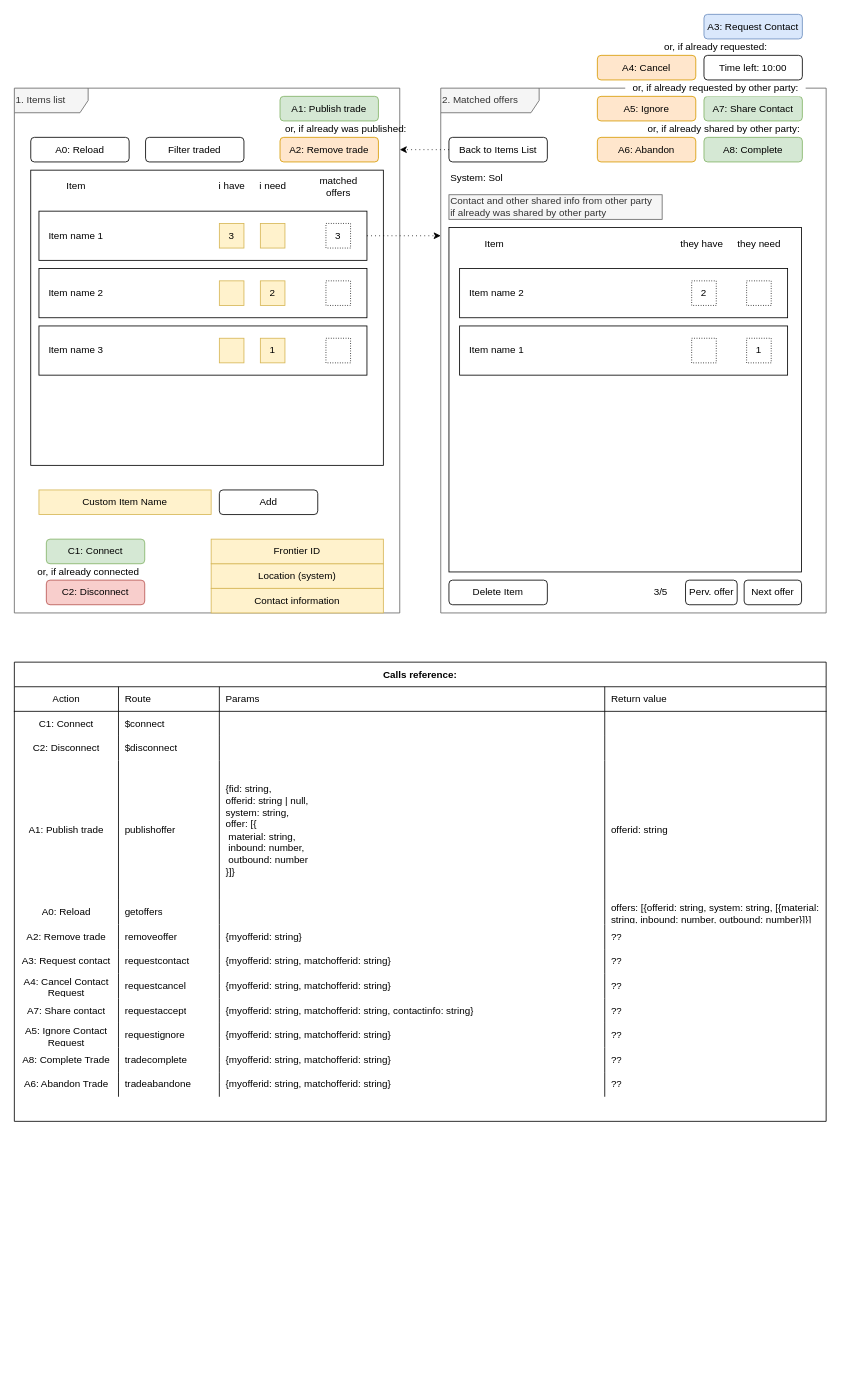
Earlier version of the draw.io diagram page "Reference UI" (1 of 5) of specs/Overview.drawio (cptn-solo/edmarketplace). Source tidied: cells renumbered, new cells numbered last; positions are measured from the earlier drawing's top-left corner, leaving out a move shared by most shapes. Both pictures are drawn from the tidied source at 82%, with x=0, y=0 at pixel (14, 14).
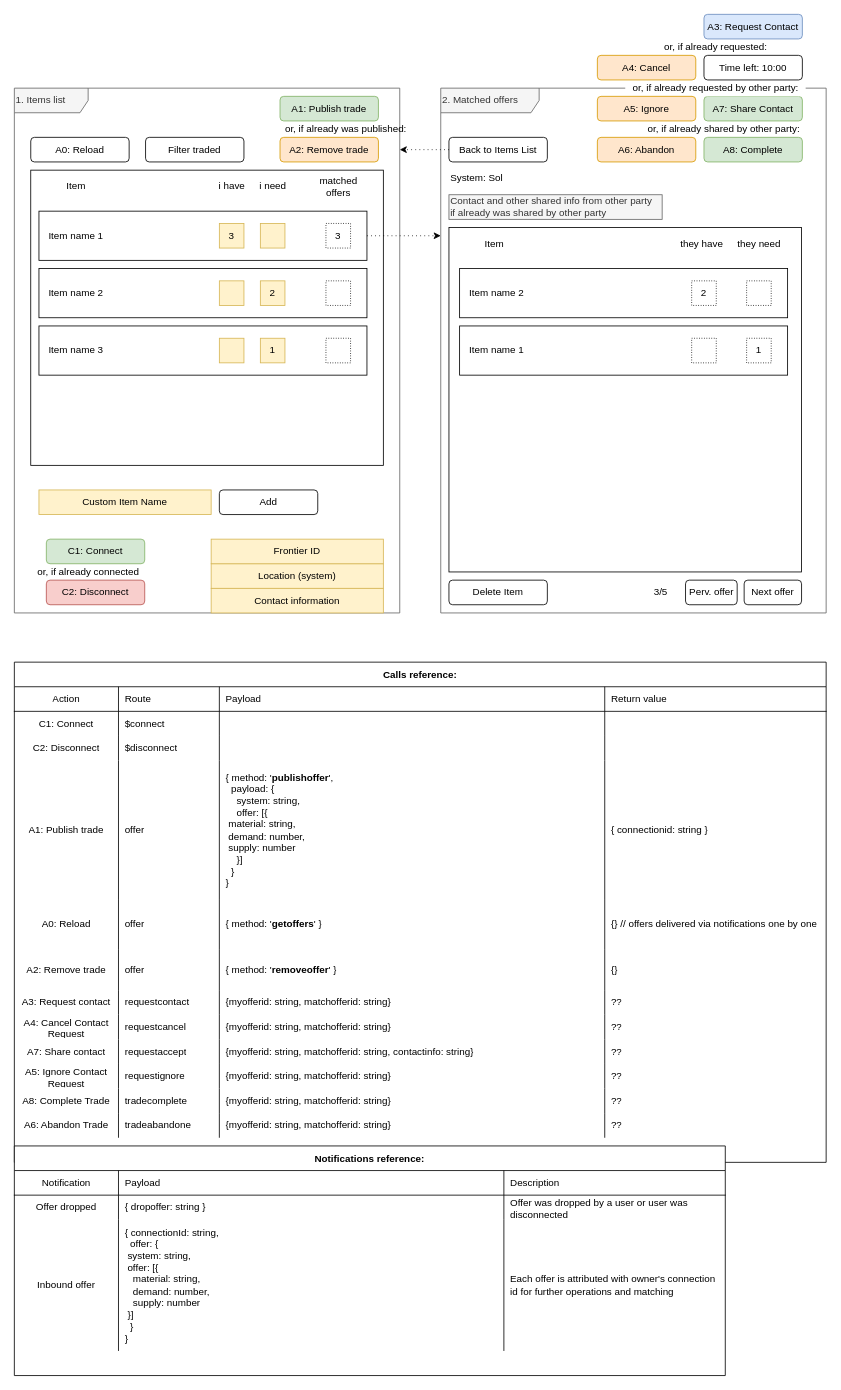
The same diagram, later.

Commit message:
#2 Reference UI specification update

The change refers to these unchanged cells:
```xml
<mxCell id="65" style="shape=partialRectangle;html=1;whiteSpace=wrap;fillColor=none;top=0;left=0;bottom=1;right=0;" parent="64" vertex="1">
  <mxGeometry y="30" width="990" height="30" as="geometry" />
</mxCell>
<mxCell id="80" style="shape=partialRectangle;html=1;whiteSpace=wrap;fillColor=none;top=0;left=0;bottom=0;right=0;" parent="64" vertex="1">
  <mxGeometry y="120" width="990" height="170" as="geometry" />
</mxCell>
```

What changed in the source:
```diff
@@
     <mxCell id="64" value="Calls reference:" style="shape=table;startSize=30;childLayout=tableLayout;rowLines=0;fontStyle=1;align=center;fillColor=#ffffff;" parent="1" vertex="1">
-      <mxGeometry y="790" width="990" height="560" as="geometry" />
+      <mxGeometry y="790" width="990" height="610" as="geometry" />
     </mxCell>
@@
-    <mxCell id="68" value="Params" style="shape=partialRectangle;html=1;whiteSpace=wrap;fillColor=none;top=0;left=0;bottom=0;right=0;align=left;spacingLeft=6;overflow=hidden;" parent="65" vertex="1">
+    <mxCell id="68" value="Payload" style="shape=partialRectangle;html=1;whiteSpace=wrap;fillColor=none;top=0;left=0;bottom=0;right=0;align=left;spacingLeft=6;overflow=hidden;" parent="65" vertex="1">
       <mxGeometry x="250" width="470" height="30" as="geometry" />
     </mxCell>
@@
-    <mxCell id="82" value="publishoffer" style="shape=partialRectangle;html=1;whiteSpace=wrap;fillColor=none;top=0;left=0;bottom=0;right=0;align=left;spacingLeft=6;overflow=hidden;" parent="80" vertex="1">
+    <mxCell id="82" value="offer" style="shape=partialRectangle;html=1;whiteSpace=wrap;fillColor=none;top=0;left=0;bottom=0;right=0;align=left;spacingLeft=6;overflow=hidden;" parent="80" vertex="1">
       <mxGeometry x="127" width="123" height="170" as="geometry" />
     </mxCell>
-    <mxCell id="83" value="&lt;span&gt;{fid: string,&lt;br&gt;offerid: string | null,&lt;br&gt;system: string,&lt;br&gt;offer: [{&lt;br&gt;&lt;span style=&quot;white-space: pre&quot;&gt; &lt;/span&gt;material: string,&lt;br&gt;&lt;span style=&quot;white-space: pre&quot;&gt; &lt;/span&gt;inbound: number,&lt;br&gt;&lt;span style=&quot;white-space: pre&quot;&gt; &lt;/span&gt;outbound: number&lt;br&gt;}]}&lt;/span&gt;" style="shape=partialRectangle;html=1;whiteSpace=wrap;fillColor=none;top=0;left=0;bottom=0;right=0;align=left;spacingLeft=6;overflow=hidden;" parent="80" vertex="1">
+    <mxCell id="83" value="&lt;span&gt;{&amp;nbsp;&lt;/span&gt;&lt;span&gt;method: '&lt;/span&gt;&lt;b&gt;publishoffer&lt;/b&gt;&lt;span&gt;',&lt;br&gt;&lt;/span&gt;&lt;span&gt;&amp;nbsp; payload: {&lt;/span&gt;&lt;span&gt;&lt;br&gt;&lt;/span&gt;&lt;blockquote style=&quot;margin: 0 0 0 40px ; border: none ; padding: 0px&quot;&gt;&lt;/blockquote&gt;&lt;span&gt;&amp;nbsp; &amp;nbsp; system: string,&lt;/span&gt;&lt;br&gt;&lt;blockquote style=&quot;margin: 0 0 0 40px ; border: none ; padding: 0px&quot;&gt;&lt;/blockquote&gt;&lt;span&gt;&amp;nbsp; &amp;nbsp; offer: [{&lt;/span&gt;&lt;br&gt;&lt;blockquote style=&quot;margin: 0 0 0 40px ; border: none ; padding: 0px&quot;&gt;&lt;/blockquote&gt;&lt;span style=&quot;white-space: pre&quot;&gt; &lt;/span&gt;&lt;span&gt;material: string,&lt;/span&gt;&lt;br&gt;&lt;blockquote style=&quot;margin: 0 0 0 40px ; border: none ; padding: 0px&quot;&gt;&lt;/blockquote&gt;&lt;span style=&quot;white-space: pre&quot;&gt; &lt;/span&gt;&lt;span&gt;demand: number,&lt;/span&gt;&lt;br&gt;&lt;blockquote style=&quot;margin: 0 0 0 40px ; border: none ; padding: 0px&quot;&gt;&lt;/blockquote&gt;&lt;span style=&quot;white-space: pre&quot;&gt; &lt;/span&gt;&lt;span&gt;supply: number&lt;/span&gt;&lt;br&gt;&amp;nbsp; &amp;nbsp; }]&lt;br&gt;&lt;span&gt;&amp;nbsp; }&lt;br&gt;&lt;/span&gt;&lt;span&gt;}&lt;/span&gt;" style="shape=partialRectangle;html=1;whiteSpace=wrap;fillColor=none;top=0;left=0;bottom=0;right=0;align=left;spacingLeft=6;overflow=hidden;" parent="80" vertex="1">
       <mxGeometry x="250" width="470" height="170" as="geometry" />
     </mxCell>
-    <mxCell id="84" value="&lt;span&gt;offerid: string&lt;/span&gt;" style="shape=partialRectangle;html=1;whiteSpace=wrap;fillColor=none;top=0;left=0;bottom=0;right=0;align=left;spacingLeft=6;overflow=hidden;" parent="80" vertex="1">
+    <mxCell id="84" value="&lt;span&gt;{ connectionid: string }&lt;/span&gt;" style="shape=partialRectangle;html=1;whiteSpace=wrap;fillColor=none;top=0;left=0;bottom=0;right=0;align=left;spacingLeft=6;overflow=hidden;" parent="80" vertex="1">
       <mxGeometry x="720" width="270" height="170" as="geometry" />
     </mxCell>
     <mxCell id="85" style="shape=partialRectangle;html=1;whiteSpace=wrap;fillColor=none;top=0;left=0;bottom=0;right=0;" parent="64" vertex="1">
-      <mxGeometry y="290" width="990" height="30" as="geometry" />
+      <mxGeometry y="290" width="990" height="60" as="geometry" />
     </mxCell>
     <mxCell id="86" value="A0: Reload" style="shape=partialRectangle;html=1;whiteSpace=wrap;fillColor=none;top=0;left=0;bottom=0;right=0;overflow=hidden;" parent="85" vertex="1">
-      <mxGeometry width="127" height="30" as="geometry" />
+      <mxGeometry width="127" height="60" as="geometry" />
     </mxCell>
-    <mxCell id="87" value="getoffers" style="shape=partialRectangle;html=1;whiteSpace=wrap;fillColor=none;top=0;left=0;bottom=0;right=0;align=left;spacingLeft=6;overflow=hidden;" parent="85" vertex="1">
-      <mxGeometry x="127" width="123" height="30" as="geometry" />
+    <mxCell id="87" value="offer" style="shape=partialRectangle;html=1;whiteSpace=wrap;fillColor=none;top=0;left=0;bottom=0;right=0;align=left;spacingLeft=6;overflow=hidden;" parent="85" vertex="1">
+      <mxGeometry x="127" width="123" height="60" as="geometry" />
     </mxCell>
-    <mxCell id="88" style="shape=partialRectangle;html=1;whiteSpace=wrap;fillColor=none;top=0;left=0;bottom=0;right=0;align=left;spacingLeft=6;overflow=hidden;" parent="85" vertex="1">
-      <mxGeometry x="250" width="470" height="30" as="geometry" />
+    <mxCell id="88" value="&lt;span&gt;{&amp;nbsp;&lt;/span&gt;&lt;span&gt;method: '&lt;/span&gt;&lt;b&gt;getoffers&lt;/b&gt;&lt;span&gt;'&amp;nbsp;&lt;/span&gt;&lt;span&gt;}&lt;/span&gt;" style="shape=partialRectangle;html=1;whiteSpace=wrap;fillColor=none;top=0;left=0;bottom=0;right=0;align=left;spacingLeft=6;overflow=hidden;" parent="85" vertex="1">
+      <mxGeometry x="250" width="470" height="60" as="geometry" />
     </mxCell>
-    <mxCell id="89" value="&lt;span&gt;offers: [{offerid: string, system: string, [{material: string, inbound: number, outbound: number}]}]&lt;/span&gt;" style="shape=partialRectangle;html=1;whiteSpace=wrap;fillColor=none;top=0;left=0;bottom=0;right=0;align=left;spacingLeft=6;overflow=hidden;" parent="85" vertex="1">
-      <mxGeometry x="720" width="270" height="30" as="geometry" />
+    <mxCell id="89" value="&lt;span&gt;{} // offers delivered via notifications one by one&lt;br&gt;&lt;/span&gt;" style="shape=partialRectangle;html=1;whiteSpace=wrap;fillColor=none;top=0;left=0;bottom=0;right=0;align=left;spacingLeft=6;overflow=hidden;" parent="85" vertex="1">
+      <mxGeometry x="720" width="270" height="60" as="geometry" />
     </mxCell>
     <mxCell id="90" style="shape=partialRectangle;html=1;whiteSpace=wrap;fillColor=none;top=0;left=0;bottom=0;right=0;" parent="64" vertex="1">
-      <mxGeometry y="320" width="990" height="30" as="geometry" />
+      <mxGeometry y="350" width="990" height="50" as="geometry" />
     </mxCell>
     <mxCell id="91" value="A2: Remove trade" style="shape=partialRectangle;html=1;whiteSpace=wrap;fillColor=none;top=0;left=0;bottom=0;right=0;overflow=hidden;" parent="90" vertex="1">
-      <mxGeometry width="127" height="30" as="geometry" />
+      <mxGeometry width="127" height="50" as="geometry" />
     </mxCell>
-    <mxCell id="92" value="removeoffer" style="shape=partialRectangle;html=1;whiteSpace=wrap;fillColor=none;top=0;left=0;bottom=0;right=0;align=left;spacingLeft=6;overflow=hidden;" parent="90" vertex="1">
-      <mxGeometry x="127" width="123" height="30" as="geometry" />
+    <mxCell id="92" value="offer" style="shape=partialRectangle;html=1;whiteSpace=wrap;fillColor=none;top=0;left=0;bottom=0;right=0;align=left;spacingLeft=6;overflow=hidden;" parent="90" vertex="1">
+      <mxGeometry x="127" width="123" height="50" as="geometry" />
     </mxCell>
-    <mxCell id="93" value="{myofferid: string}" style="shape=partialRectangle;html=1;whiteSpace=wrap;fillColor=none;top=0;left=0;bottom=0;right=0;align=left;spacingLeft=6;overflow=hidden;" parent="90" vertex="1">
-      <mxGeometry x="250" width="470" height="30" as="geometry" />
+    <mxCell id="93" value="{&amp;nbsp;&lt;span&gt;method: '&lt;/span&gt;&lt;b&gt;removeoffer&lt;/b&gt;&lt;span&gt;'&amp;nbsp;&lt;/span&gt;}" style="shape=partialRectangle;html=1;whiteSpace=wrap;fillColor=none;top=0;left=0;bottom=0;right=0;align=left;spacingLeft=6;overflow=hidden;" parent="90" vertex="1">
+      <mxGeometry x="250" width="470" height="50" as="geometry" />
     </mxCell>
-    <mxCell id="94" value="??" style="shape=partialRectangle;html=1;whiteSpace=wrap;fillColor=none;top=0;left=0;bottom=0;right=0;align=left;spacingLeft=6;overflow=hidden;" parent="90" vertex="1">
-      <mxGeometry x="720" width="270" height="30" as="geometry" />
+    <mxCell id="94" value="{}" style="shape=partialRectangle;html=1;whiteSpace=wrap;fillColor=none;top=0;left=0;bottom=0;right=0;align=left;spacingLeft=6;overflow=hidden;" parent="90" vertex="1">
+      <mxGeometry x="720" width="270" height="50" as="geometry" />
     </mxCell>
     <mxCell id="95" style="shape=partialRectangle;html=1;whiteSpace=wrap;fillColor=none;top=0;left=0;bottom=0;right=0;" parent="64" vertex="1">
-      <mxGeometry y="350" width="990" height="30" as="geometry" />
+      <mxGeometry y="400" width="990" height="30" as="geometry" />
     </mxCell>
@@
     <mxCell id="100" style="shape=partialRectangle;html=1;whiteSpace=wrap;fillColor=none;top=0;left=0;bottom=0;right=0;" parent="64" vertex="1">
-      <mxGeometry y="380" width="990" height="30" as="geometry" />
+      <mxGeometry y="430" width="990" height="30" as="geometry" />
     </mxCell>
@@
     <mxCell id="105" style="shape=partialRectangle;html=1;whiteSpace=wrap;fillColor=none;top=0;left=0;bottom=0;right=0;" parent="64" vertex="1">
-      <mxGeometry y="410" width="990" height="30" as="geometry" />
+      <mxGeometry y="460" width="990" height="30" as="geometry" />
     </mxCell>
@@
     <mxCell id="110" style="shape=partialRectangle;html=1;whiteSpace=wrap;fillColor=none;top=0;left=0;bottom=0;right=0;" parent="64" vertex="1">
-      <mxGeometry y="440" width="990" height="30" as="geometry" />
+      <mxGeometry y="490" width="990" height="30" as="geometry" />
     </mxCell>
@@
     <mxCell id="115" style="shape=partialRectangle;html=1;whiteSpace=wrap;fillColor=none;top=0;left=0;bottom=0;right=0;" parent="64" vertex="1">
-      <mxGeometry y="470" width="990" height="30" as="geometry" />
+      <mxGeometry y="520" width="990" height="30" as="geometry" />
     </mxCell>
@@
     <mxCell id="120" style="shape=partialRectangle;html=1;whiteSpace=wrap;fillColor=none;top=0;left=0;bottom=0;right=0;" parent="64" vertex="1">
-      <mxGeometry y="500" width="990" height="30" as="geometry" />
+      <mxGeometry y="550" width="990" height="30" as="geometry" />
     </mxCell>
@@
+    <mxCell id="129" value="Notifications reference:" style="shape=table;startSize=30;childLayout=tableLayout;rowLines=0;fontStyle=1;align=center;fillColor=#ffffff;" parent="1" vertex="1">
+      <mxGeometry y="1380" width="867" height="280" as="geometry" />
+    </mxCell>
+    <mxCell id="130" style="shape=partialRectangle;html=1;whiteSpace=wrap;fillColor=none;top=0;left=0;bottom=1;right=0;" parent="129" vertex="1">
+      <mxGeometry y="30" width="867" height="30" as="geometry" />
+    </mxCell>
+    <mxCell id="131" value="Notification" style="shape=partialRectangle;html=1;whiteSpace=wrap;fillColor=none;top=0;left=0;bottom=0;right=0;overflow=hidden;" parent="130" vertex="1">
+      <mxGeometry width="127" height="30" as="geometry" />
+    </mxCell>
+    <mxCell id="132" value="Payload" style="shape=partialRectangle;html=1;whiteSpace=wrap;fillColor=none;top=0;left=0;bottom=0;right=0;align=left;spacingLeft=6;overflow=hidden;" parent="130" vertex="1">
+      <mxGeometry x="127" width="470" height="30" as="geometry" />
+    </mxCell>
+    <mxCell id="133" value="Description" style="shape=partialRectangle;html=1;whiteSpace=wrap;fillColor=none;top=0;left=0;bottom=0;right=0;align=left;spacingLeft=6;overflow=hidden;" parent="130" vertex="1">
+      <mxGeometry x="597" width="270" height="30" as="geometry" />
+    </mxCell>
+    <mxCell id="134" style="shape=partialRectangle;html=1;whiteSpace=wrap;fillColor=none;top=0;left=0;bottom=0;right=0;" parent="129" vertex="1">
+      <mxGeometry y="60" width="867" height="30" as="geometry" />
+    </mxCell>
+    <mxCell id="135" value="Offer dropped" style="shape=partialRectangle;html=1;whiteSpace=wrap;fillColor=none;top=0;left=0;bottom=0;right=0;overflow=hidden;" parent="134" vertex="1">
+      <mxGeometry width="127" height="30" as="geometry" />
+    </mxCell>
+    <mxCell id="136" value="{ dropoffer: string }" style="shape=partialRectangle;html=1;whiteSpace=wrap;fillColor=none;top=0;left=0;bottom=0;right=0;align=left;spacingLeft=6;overflow=hidden;" parent="134" vertex="1">
+      <mxGeometry x="127" width="470" height="30" as="geometry" />
+    </mxCell>
+    <mxCell id="137" value="Offer was dropped by a user or user was disconnected" style="shape=partialRectangle;html=1;whiteSpace=wrap;fillColor=none;top=0;left=0;bottom=0;right=0;align=left;spacingLeft=6;overflow=hidden;" parent="134" vertex="1">
+      <mxGeometry x="597" width="270" height="30" as="geometry" />
+    </mxCell>
+    <mxCell id="138" style="shape=partialRectangle;html=1;whiteSpace=wrap;fillColor=none;top=0;left=0;bottom=0;right=0;" parent="129" vertex="1">
+      <mxGeometry y="90" width="867" height="160" as="geometry" />
+    </mxCell>
+    <mxCell id="139" value="Inbound offer" style="shape=partialRectangle;html=1;whiteSpace=wrap;fillColor=none;top=0;left=0;bottom=0;right=0;overflow=hidden;" parent="138" vertex="1">
+      <mxGeometry width="127" height="160" as="geometry" />
+    </mxCell>
+    <mxCell id="140" value="&lt;div&gt;{&amp;nbsp;&lt;span&gt;connectionId: string,&lt;/span&gt;&lt;/div&gt;&lt;div&gt;&amp;nbsp; offer:&amp;nbsp;&lt;span&gt;{&lt;/span&gt;&lt;/div&gt;&lt;div&gt;&lt;span style=&quot;white-space: pre&quot;&gt; &lt;/span&gt;system: string,&lt;/div&gt;&lt;div&gt;&lt;span style=&quot;white-space: pre&quot;&gt; &lt;/span&gt;offer: [{&lt;/div&gt;&lt;div&gt;&lt;span style=&quot;white-space: pre&quot;&gt; &lt;/span&gt;&amp;nbsp; material: string,&lt;/div&gt;&lt;div&gt;&lt;span style=&quot;white-space: pre&quot;&gt; &lt;/span&gt;&amp;nbsp; demand: number,&lt;/div&gt;&lt;div&gt;&lt;span style=&quot;white-space: pre&quot;&gt; &lt;/span&gt;&amp;nbsp; supply: number&lt;/div&gt;&lt;div&gt;&lt;span style=&quot;white-space: pre&quot;&gt; &lt;/span&gt;}]&lt;/div&gt;&lt;div&gt;&amp;nbsp; }&lt;/div&gt;&lt;div&gt;}&lt;/div&gt;" style="shape=partialRectangle;html=1;whiteSpace=wrap;fillColor=none;top=0;left=0;bottom=0;right=0;align=left;spacingLeft=6;overflow=hidden;" parent="138" vertex="1">
+      <mxGeometry x="127" width="470" height="160" as="geometry" />
+    </mxCell>
+    <mxCell id="141" value="Each offer is attributed with owner's connection id for further operations and matching" style="shape=partialRectangle;html=1;whiteSpace=wrap;fillColor=none;top=0;left=0;bottom=0;right=0;align=left;spacingLeft=6;overflow=hidden;" parent="138" vertex="1">
+      <mxGeometry x="597" width="270" height="160" as="geometry" />
+    </mxCell>
```
